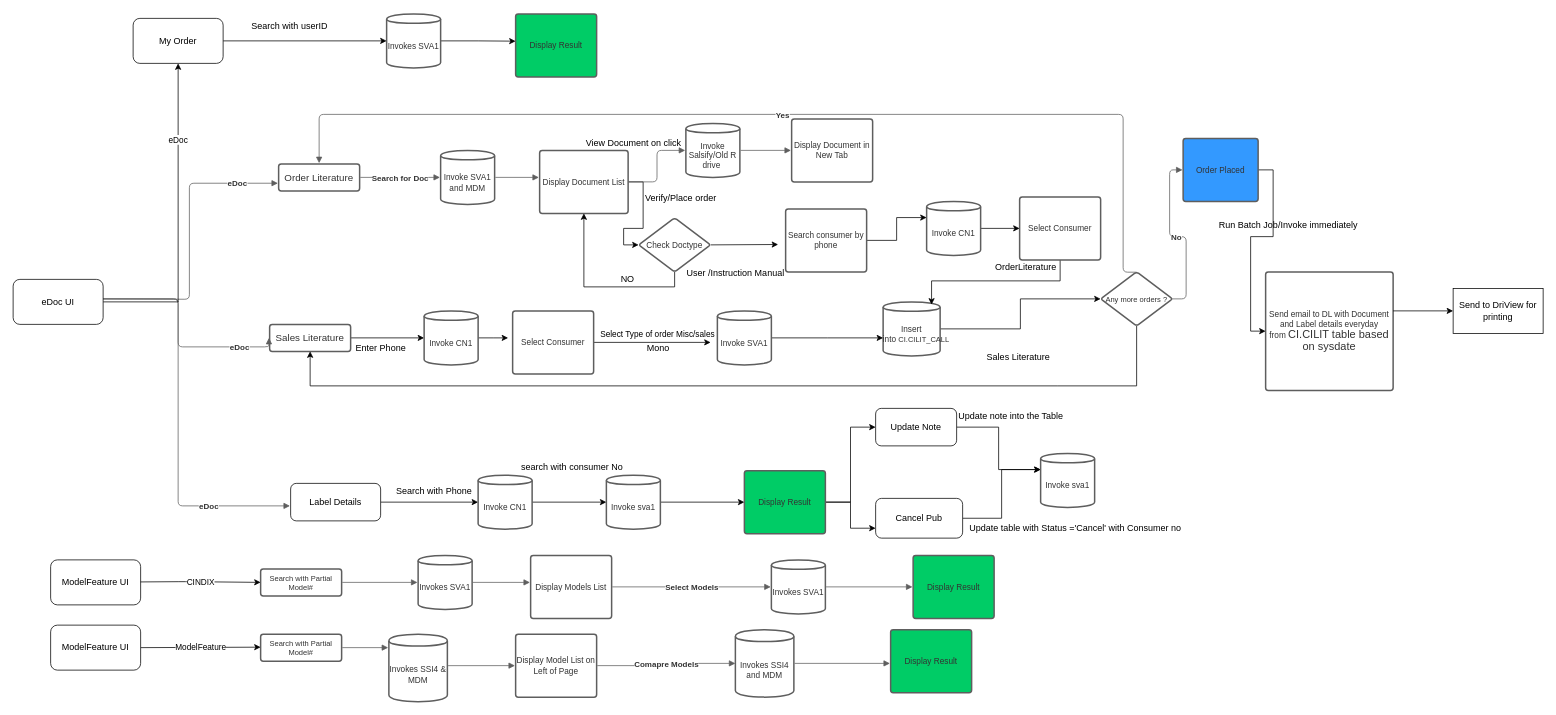
The draw.io diagram AS-IS.drawio in MadhuriRao93/ivr-hdob, before the edit. Source tidied: cells renumbered, new cells numbered last; positions are measured from the earlier drawing's top-left corner, leaving out a move shared by most shapes. Both pictures are drawn from the tidied source at 75%, with x=0, y=0 at pixel (13, 14).
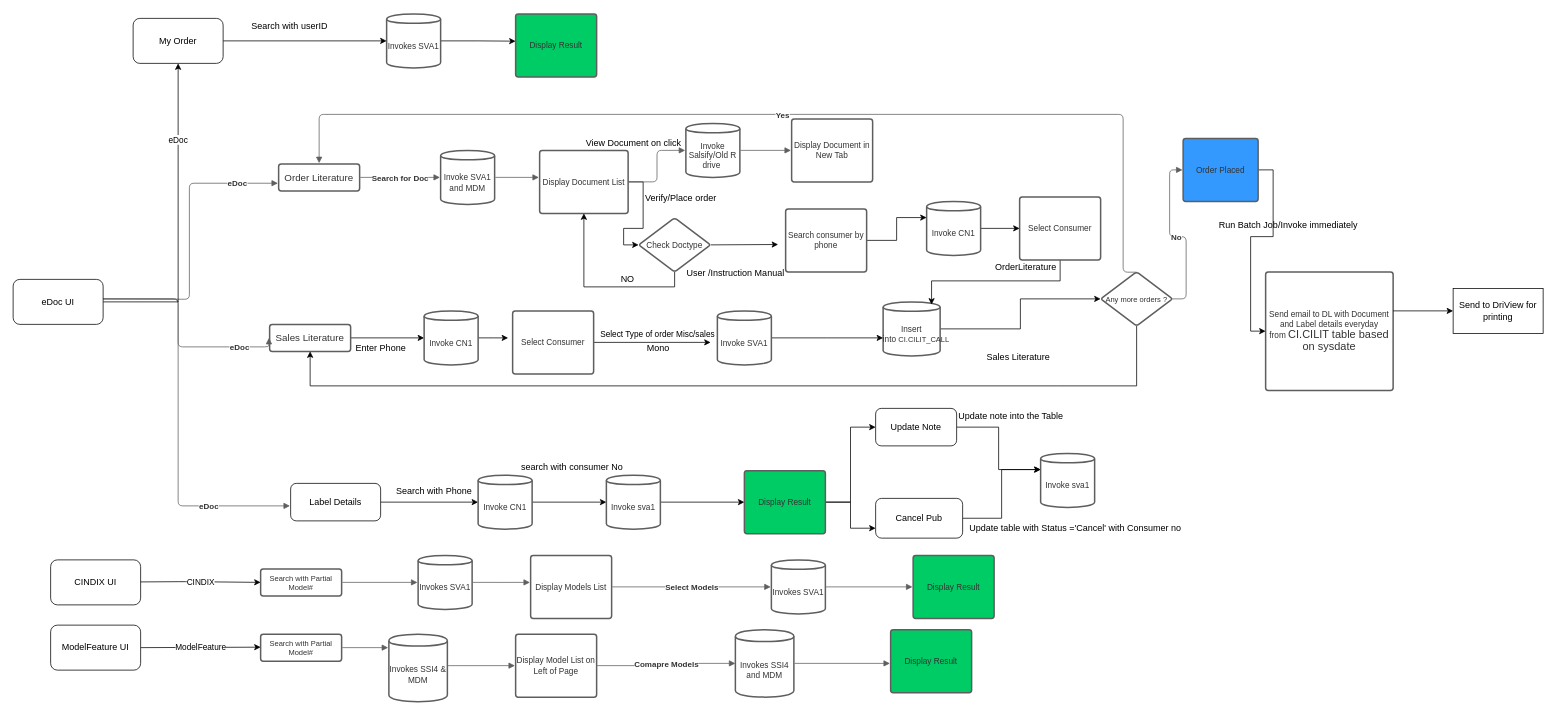
The same page after the edit.

What changed in the source:
```diff
@@
-    <mxCell id="79" value="ModelFeature UI" style="rounded=1;whiteSpace=wrap;html=1;" parent="1" vertex="1">
+    <mxCell id="79" value="CINDIX UI" style="rounded=1;whiteSpace=wrap;html=1;" parent="1" vertex="1">
       <mxGeometry x="50" y="728" width="120" height="60" as="geometry" />
     </mxCell>
```
